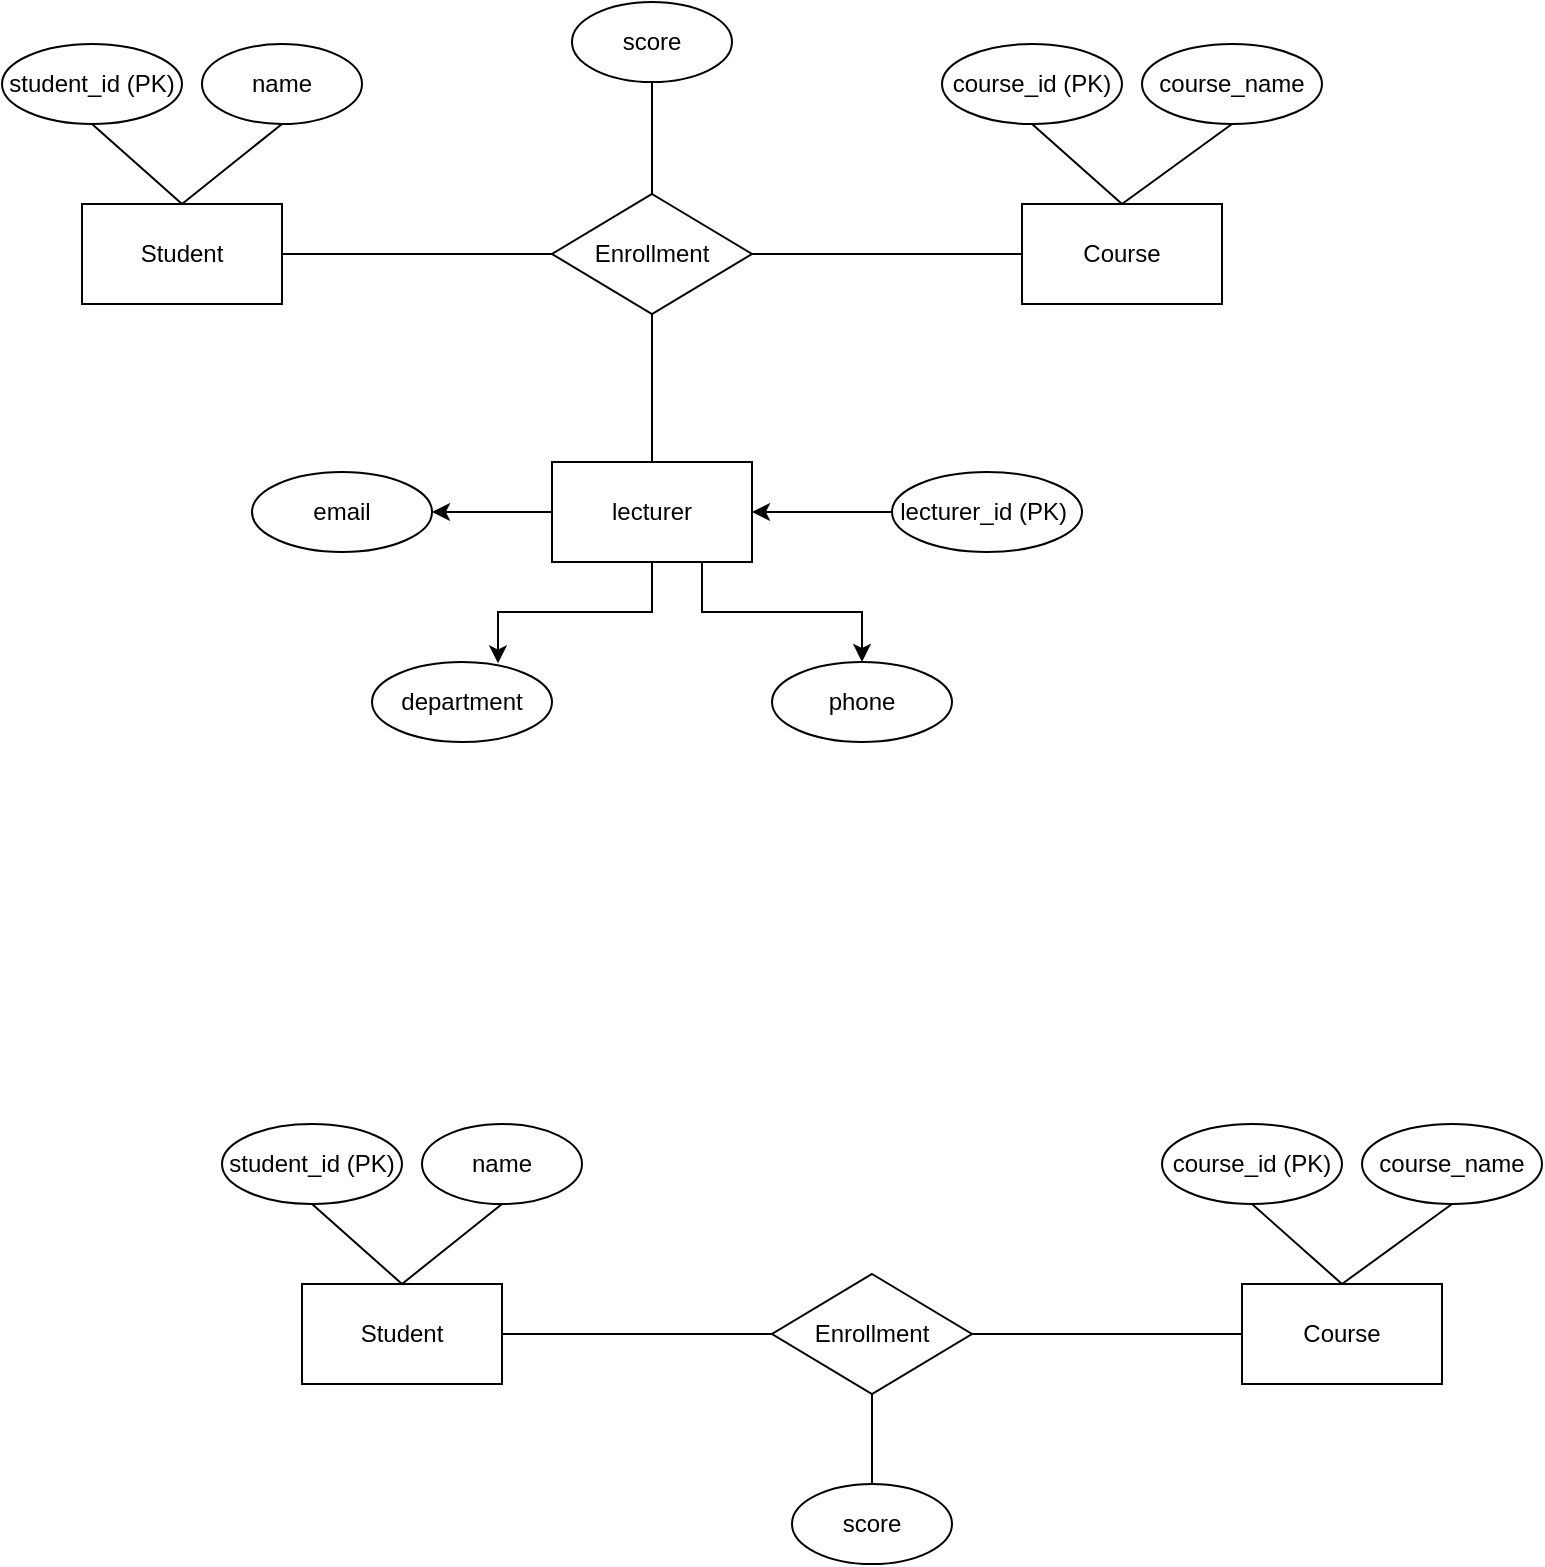
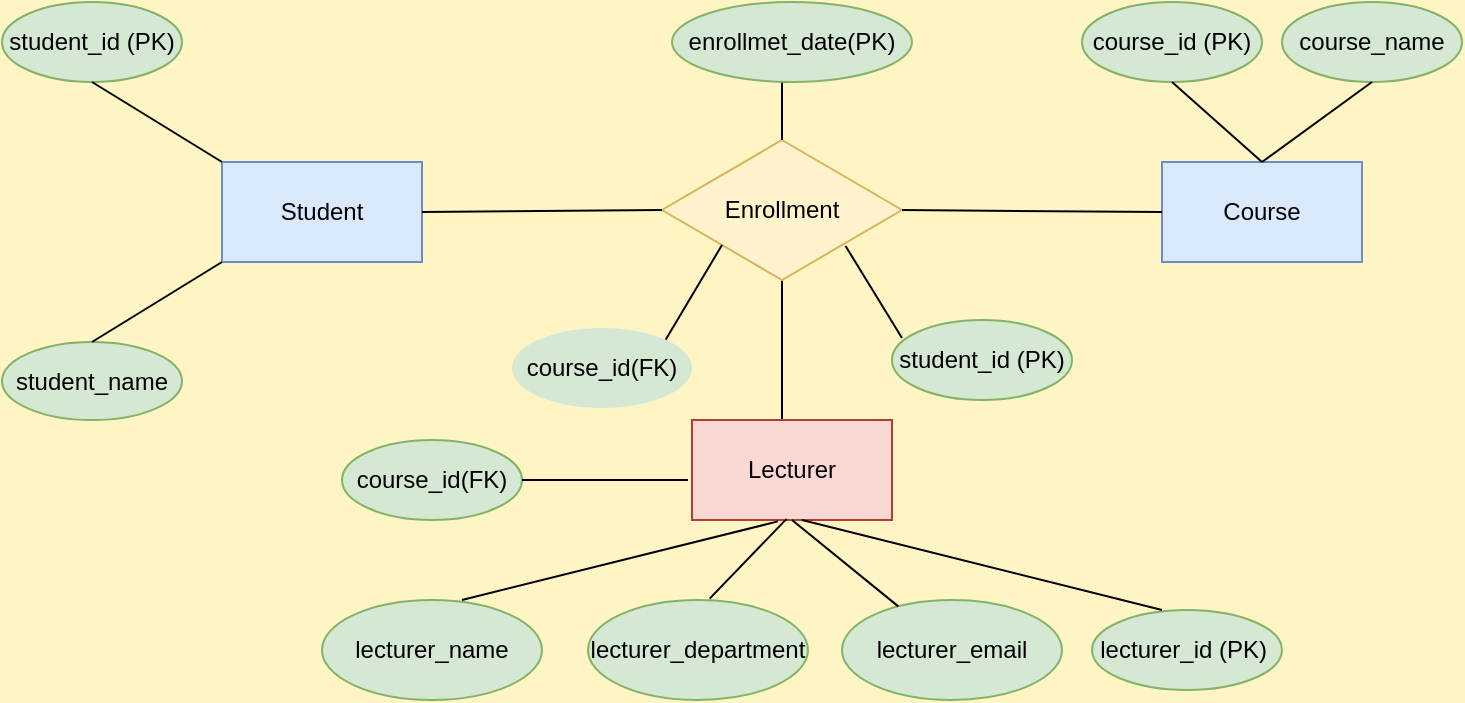
<mxfile host="app.diagrams.net">
  <diagram name="Simple Student-Course ER" id="fwNlAgDvCeeYRHubRhV6">
-     <mxGraphModel dx="1193" dy="626" grid="1" gridSize="10" guides="1" tooltips="1" connect="1" arrows="1" fold="1" page="1" pageScale="1" pageWidth="827" pageHeight="1169" math="0" shadow="0">
+     <mxGraphModel dx="883" dy="943" grid="1" gridSize="10" guides="1" tooltips="1" connect="1" arrows="0" fold="1" page="1" pageScale="1" pageWidth="827" pageHeight="1169" background="#FFF4C3" math="0" shadow="0">
      <root>
        <mxCell id="0" />
        <mxCell id="1" parent="0" />
-         <mxCell id="IROLmOIXGp75EkXkSlvd-1" parent="1" style="rounded=0;whiteSpace=wrap;html=1;" value="Student" vertex="1">
-           <mxGeometry height="50" width="100" x="105" y="231" as="geometry" />
+         <mxCell id="IROLmOIXGp75EkXkSlvd-1" parent="1" style="rounded=0;whiteSpace=wrap;html=1;fillColor=#dae8fc;strokeColor=#6c8ebf;" value="Student" vertex="1">
+           <mxGeometry height="50" width="100" x="120" y="431" as="geometry" />
        </mxCell>
-         <mxCell id="IROLmOIXGp75EkXkSlvd-2" parent="1" style="ellipse;whiteSpace=wrap;html=1;" value="student_id (PK)" vertex="1">
-           <mxGeometry height="40" width="90" x="65" y="151" as="geometry" />
+         <mxCell id="IROLmOIXGp75EkXkSlvd-2" parent="1" style="ellipse;whiteSpace=wrap;html=1;fillColor=#d5e8d4;strokeColor=#82b366;" value="student_id (PK)" vertex="1">
+           <mxGeometry height="40" width="90" x="10" y="351" as="geometry" />
        </mxCell>
-         <mxCell id="IROLmOIXGp75EkXkSlvd-3" parent="1" style="ellipse;whiteSpace=wrap;html=1;" value="name" vertex="1">
-           <mxGeometry height="40" width="80" x="165" y="151" as="geometry" />
+         <mxCell id="IROLmOIXGp75EkXkSlvd-3" parent="1" style="ellipse;whiteSpace=wrap;html=1;fillColor=#d5e8d4;strokeColor=#82b366;" value="student_name" vertex="1">
+           <mxGeometry height="39" width="90" x="10" y="521" as="geometry" />
        </mxCell>
-         <mxCell id="IROLmOIXGp75EkXkSlvd-4" parent="1" style="rounded=0;whiteSpace=wrap;html=1;" value="Course" vertex="1">
-           <mxGeometry height="50" width="100" x="575" y="231" as="geometry" />
+         <mxCell id="IROLmOIXGp75EkXkSlvd-4" parent="1" style="rounded=0;whiteSpace=wrap;html=1;fillColor=#dae8fc;strokeColor=#6c8ebf;" value="Course" vertex="1">
+           <mxGeometry height="50" width="100" x="590" y="431" as="geometry" />
        </mxCell>
-         <mxCell id="IROLmOIXGp75EkXkSlvd-5" parent="1" style="ellipse;whiteSpace=wrap;html=1;" value="course_id (PK)" vertex="1">
-           <mxGeometry height="40" width="90" x="535" y="151" as="geometry" />
+         <mxCell id="IROLmOIXGp75EkXkSlvd-5" parent="1" style="ellipse;whiteSpace=wrap;html=1;fillColor=#d5e8d4;strokeColor=#82b366;" value="course_id (PK)" vertex="1">
+           <mxGeometry height="40" width="90" x="550" y="351" as="geometry" />
        </mxCell>
-         <mxCell id="IROLmOIXGp75EkXkSlvd-6" parent="1" style="ellipse;whiteSpace=wrap;html=1;" value="course_name" vertex="1">
-           <mxGeometry height="40" width="90" x="635" y="151" as="geometry" />
+         <mxCell id="IROLmOIXGp75EkXkSlvd-6" parent="1" style="ellipse;whiteSpace=wrap;html=1;fillColor=#d5e8d4;strokeColor=#82b366;" value="course_name" vertex="1">
+           <mxGeometry height="40" width="90" x="650" y="351" as="geometry" />
        </mxCell>
        <mxCell id="1XC2Y4Mh49434fAYC4of-26" edge="1" parent="1" source="IROLmOIXGp75EkXkSlvd-7" style="edgeStyle=orthogonalEdgeStyle;rounded=0;orthogonalLoop=1;jettySize=auto;html=1;endArrow=none;endFill=0;" value="">
          <mxGeometry relative="1" as="geometry">
-             <mxPoint x="390" y="360" as="targetPoint" />
+             <Array as="points">
+               <mxPoint x="400" y="560" />
+             </Array>
+             <mxPoint x="405" y="560" as="targetPoint" />
          </mxGeometry>
        </mxCell>
-         <mxCell id="IROLmOIXGp75EkXkSlvd-7" parent="1" style="rhombus;whiteSpace=wrap;html=1;" value="Enrollment" vertex="1">
-           <mxGeometry height="60" width="100" x="340" y="226" as="geometry" />
+         <mxCell id="IROLmOIXGp75EkXkSlvd-7" parent="1" style="rhombus;whiteSpace=wrap;html=1;fillColor=#fff2cc;strokeColor=#d6b656;" value="Enrollment" vertex="1">
+           <mxGeometry height="70" width="120" x="340" y="420" as="geometry" />
        </mxCell>
        <mxCell id="1XC2Y4Mh49434fAYC4of-25" edge="1" parent="1" source="IROLmOIXGp75EkXkSlvd-8" style="edgeStyle=orthogonalEdgeStyle;rounded=0;orthogonalLoop=1;jettySize=auto;html=1;exitX=0.5;exitY=1;exitDx=0;exitDy=0;entryX=0.5;entryY=0;entryDx=0;entryDy=0;endArrow=none;endFill=0;" target="IROLmOIXGp75EkXkSlvd-7">
          <mxGeometry relative="1" as="geometry" />
        </mxCell>
-         <mxCell id="IROLmOIXGp75EkXkSlvd-8" parent="1" style="ellipse;whiteSpace=wrap;html=1;" value="score" vertex="1">
-           <mxGeometry height="40" width="80" x="350" y="130" as="geometry" />
+         <mxCell id="IROLmOIXGp75EkXkSlvd-8" parent="1" style="ellipse;whiteSpace=wrap;html=1;fillColor=#d5e8d4;strokeColor=#82b366;" value="enrollmet_date(PK&lt;span style=&quot;background-color: transparent; color: light-dark(rgb(0, 0, 0), rgb(255, 255, 255));&quot;&gt;)&lt;/span&gt;" vertex="1">
+           <mxGeometry height="40" width="120" x="345" y="351" as="geometry" />
        </mxCell>
-         <mxCell id="IROLmOIXGp75EkXkSlvd-9" edge="1" parent="1" source="IROLmOIXGp75EkXkSlvd-1" style="endArrow=none;html=1;rounded=0;exitX=0.5;exitY=0;exitDx=0;exitDy=0;entryX=0.5;entryY=1;entryDx=0;entryDy=0;" target="IROLmOIXGp75EkXkSlvd-2">
-           <mxGeometry height="50" relative="1" width="50" as="geometry" />
-         </mxCell>
-         <mxCell id="IROLmOIXGp75EkXkSlvd-10" edge="1" parent="1" source="IROLmOIXGp75EkXkSlvd-1" style="endArrow=none;html=1;rounded=0;exitX=0.5;exitY=0;exitDx=0;exitDy=0;entryX=0.5;entryY=1;entryDx=0;entryDy=0;" target="IROLmOIXGp75EkXkSlvd-3">
+         <mxCell id="IROLmOIXGp75EkXkSlvd-9" edge="1" parent="1" source="IROLmOIXGp75EkXkSlvd-1" style="endArrow=none;html=1;rounded=0;exitX=0;exitY=0;exitDx=0;exitDy=0;entryX=0.5;entryY=1;entryDx=0;entryDy=0;" target="IROLmOIXGp75EkXkSlvd-2">
          <mxGeometry height="50" relative="1" width="50" as="geometry" />
        </mxCell>
        <mxCell id="IROLmOIXGp75EkXkSlvd-11" edge="1" parent="1" source="IROLmOIXGp75EkXkSlvd-4" style="endArrow=none;html=1;rounded=0;exitX=0.5;exitY=0;exitDx=0;exitDy=0;entryX=0.5;entryY=1;entryDx=0;entryDy=0;" target="IROLmOIXGp75EkXkSlvd-5">
          <mxGeometry height="50" relative="1" width="50" as="geometry" />
        </mxCell>
        <mxCell id="IROLmOIXGp75EkXkSlvd-12" edge="1" parent="1" source="IROLmOIXGp75EkXkSlvd-4" style="endArrow=none;html=1;rounded=0;exitX=0.5;exitY=0;exitDx=0;exitDy=0;entryX=0.5;entryY=1;entryDx=0;entryDy=0;" target="IROLmOIXGp75EkXkSlvd-6">
          <mxGeometry height="50" relative="1" width="50" as="geometry" />
        </mxCell>
        <mxCell id="IROLmOIXGp75EkXkSlvd-13" edge="1" parent="1" source="IROLmOIXGp75EkXkSlvd-1" style="endArrow=none;html=1;rounded=0;exitX=1;exitY=0.5;exitDx=0;exitDy=0;entryX=0;entryY=0.5;entryDx=0;entryDy=0;" target="IROLmOIXGp75EkXkSlvd-7">
          <mxGeometry height="50" relative="1" width="50" as="geometry" />
        </mxCell>
        <mxCell id="IROLmOIXGp75EkXkSlvd-14" edge="1" parent="1" source="IROLmOIXGp75EkXkSlvd-4" style="endArrow=none;html=1;rounded=0;exitX=0;exitY=0.5;exitDx=0;exitDy=0;entryX=1;entryY=0.5;entryDx=0;entryDy=0;" target="IROLmOIXGp75EkXkSlvd-7">
          <mxGeometry height="50" relative="1" width="50" as="geometry" />
        </mxCell>
-         <mxCell id="1XC2Y4Mh49434fAYC4of-34" edge="1" parent="1" source="1XC2Y4Mh49434fAYC4of-11" style="edgeStyle=orthogonalEdgeStyle;rounded=0;orthogonalLoop=1;jettySize=auto;html=1;exitX=0.75;exitY=1;exitDx=0;exitDy=0;entryX=0.5;entryY=0;entryDx=0;entryDy=0;" target="1XC2Y4Mh49434fAYC4of-18">
+         <mxCell id="1XC2Y4Mh49434fAYC4of-11" parent="1" style="rounded=0;whiteSpace=wrap;html=1;fillColor=#fad9d5;strokeColor=#ae4132;" value="Lecturer" vertex="1">
+           <mxGeometry height="50" width="100" x="355" y="560" as="geometry" />
+         </mxCell>
+         <mxCell id="1XC2Y4Mh49434fAYC4of-12" parent="1" style="ellipse;whiteSpace=wrap;html=1;strokeColor=#82b366;align=center;verticalAlign=middle;fontFamily=Helvetica;fontSize=12;fontColor=default;fillColor=#d5e8d4;" value="lecturer_id (PK)&amp;nbsp;" vertex="1">
+           <mxGeometry height="40" width="95" x="555" y="655" as="geometry" />
+         </mxCell>
+         <mxCell id="1XC2Y4Mh49434fAYC4of-17" parent="1" style="ellipse;whiteSpace=wrap;html=1;fillColor=#d5e8d4;strokeColor=#82b366;" value="lecturer_&lt;span style=&quot;background-color: transparent; color: light-dark(rgb(0, 0, 0), rgb(255, 255, 255));&quot;&gt;email&lt;/span&gt;" vertex="1">
+           <mxGeometry height="50" width="110" x="430" y="650" as="geometry" />
+         </mxCell>
+         <mxCell id="1XC2Y4Mh49434fAYC4of-18" parent="1" style="ellipse;whiteSpace=wrap;html=1;fillColor=#d5e8d4;strokeColor=#82b366;align=center;verticalAlign=middle;fontFamily=Helvetica;fontSize=12;fontColor=default;" value="course_id(FK)" vertex="1">
+           <mxGeometry height="40" width="90" x="180" y="570" as="geometry" />
+         </mxCell>
+         <mxCell id="1XC2Y4Mh49434fAYC4of-19" parent="1" style="ellipse;whiteSpace=wrap;html=1;fillColor=#d5e8d4;strokeColor=#82b366;" value="lecturer_&lt;span style=&quot;background-color: transparent; color: light-dark(rgb(0, 0, 0), rgb(255, 255, 255));&quot;&gt;name&lt;/span&gt;" vertex="1">
+           <mxGeometry height="50" width="110" x="170" y="650" as="geometry" />
+         </mxCell>
+         <mxCell id="3m8uA2e0DTHN69zSjiry-4" edge="1" parent="1" style="endArrow=none;html=1;rounded=0;entryX=0.386;entryY=1.019;entryDx=0;entryDy=0;entryPerimeter=0;exitX=0.597;exitY=0.005;exitDx=0;exitDy=0;exitPerimeter=0;" value="">
+           <mxGeometry height="50" relative="1" width="50" as="geometry">
+             <mxPoint x="240.00000000000003" y="650" as="sourcePoint" />
+             <mxPoint x="397.9300000000001" y="610.7000000000002" as="targetPoint" />
+           </mxGeometry>
+         </mxCell>
+         <mxCell id="3m8uA2e0DTHN69zSjiry-6" edge="1" parent="1" source="IROLmOIXGp75EkXkSlvd-3" style="endArrow=none;html=1;rounded=0;entryX=0;entryY=1;entryDx=0;entryDy=0;exitX=0.5;exitY=0;exitDx=0;exitDy=0;" target="IROLmOIXGp75EkXkSlvd-1" value="">
+           <mxGeometry height="50" relative="1" width="50" as="geometry">
+             <mxPoint x="80" y="521" as="sourcePoint" />
+             <mxPoint x="130" y="471" as="targetPoint" />
+           </mxGeometry>
+         </mxCell>
+         <mxCell id="3m8uA2e0DTHN69zSjiry-9" edge="1" parent="1" source="1XC2Y4Mh49434fAYC4of-17" style="endArrow=none;html=1;rounded=0;entryX=0.5;entryY=1;entryDx=0;entryDy=0;" target="1XC2Y4Mh49434fAYC4of-11" value="">
+           <mxGeometry height="50" relative="1" width="50" as="geometry">
+             <mxPoint x="360" y="679" as="sourcePoint" />
+             <mxPoint x="524" y="640" as="targetPoint" />
+           </mxGeometry>
+         </mxCell>
+         <mxCell id="3m8uA2e0DTHN69zSjiry-10" parent="1" style="ellipse;whiteSpace=wrap;html=1;fillColor=#d5e8d4;strokeColor=#82b366;" value="lecturer_&lt;span style=&quot;background-color: transparent; color: light-dark(rgb(0, 0, 0), rgb(255, 255, 255));&quot;&gt;department&lt;/span&gt;" vertex="1">
+           <mxGeometry height="50" width="110" x="303" y="650" as="geometry" />
+         </mxCell>
+         <mxCell id="3m8uA2e0DTHN69zSjiry-11" edge="1" parent="1" source="3m8uA2e0DTHN69zSjiry-10" style="endArrow=none;html=1;rounded=0;entryX=0.473;entryY=0.989;entryDx=0;entryDy=0;entryPerimeter=0;exitX=0.553;exitY=-0.014;exitDx=0;exitDy=0;exitPerimeter=0;" target="1XC2Y4Mh49434fAYC4of-11" value="">
+           <mxGeometry height="50" relative="1" width="50" as="geometry">
+             <mxPoint x="420" y="667" as="sourcePoint" />
+             <mxPoint x="352" y="620" as="targetPoint" />
+           </mxGeometry>
+         </mxCell>
+         <mxCell id="3m8uA2e0DTHN69zSjiry-12" edge="1" parent="1" source="1XC2Y4Mh49434fAYC4of-18" style="endArrow=none;html=1;rounded=0;exitX=1;exitY=0.5;exitDx=0;exitDy=0;" value="">
+           <mxGeometry height="50" relative="1" width="50" as="geometry">
+             <mxPoint x="510" y="657" as="sourcePoint" />
+             <mxPoint x="353" y="590" as="targetPoint" />
+           </mxGeometry>
+         </mxCell>
+         <mxCell id="3m8uA2e0DTHN69zSjiry-13" edge="1" parent="1" style="endArrow=none;html=1;rounded=0;entryX=0.5;entryY=1;entryDx=0;entryDy=0;" value="">
+           <mxGeometry height="50" relative="1" width="50" as="geometry">
+             <mxPoint x="590" y="655" as="sourcePoint" />
+             <mxPoint x="410" y="610" as="targetPoint" />
+           </mxGeometry>
+         </mxCell>
+         <mxCell id="3m8uA2e0DTHN69zSjiry-24" edge="1" parent="1" source="3m8uA2e0DTHN69zSjiry-14" style="shape=filledEdge;rounded=0;orthogonalLoop=1;jettySize=auto;html=1;exitX=1;exitY=0;exitDx=0;exitDy=0;entryX=0;entryY=1;entryDx=0;entryDy=0;strokeColor=default;align=center;verticalAlign=middle;fontFamily=Helvetica;fontSize=11;fontColor=default;labelBackgroundColor=default;endArrow=none;endFill=0;" target="IROLmOIXGp75EkXkSlvd-7">
          <mxGeometry relative="1" as="geometry" />
        </mxCell>
-         <mxCell id="1XC2Y4Mh49434fAYC4of-35" edge="1" parent="1" source="1XC2Y4Mh49434fAYC4of-11" style="edgeStyle=orthogonalEdgeStyle;rounded=0;orthogonalLoop=1;jettySize=auto;html=1;exitX=0;exitY=0.5;exitDx=0;exitDy=0;entryX=1;entryY=0.5;entryDx=0;entryDy=0;" target="1XC2Y4Mh49434fAYC4of-17">
-           <mxGeometry relative="1" as="geometry" />
+         <mxCell id="3m8uA2e0DTHN69zSjiry-14" parent="1" style="ellipse;whiteSpace=wrap;html=1;fillColor=#d5e8d4;strokeColor=none;align=center;verticalAlign=middle;fontFamily=Helvetica;fontSize=12;fontColor=default;" value="course_id(FK)" vertex="1">
+           <mxGeometry height="40" width="90" x="265" y="514" as="geometry" />
        </mxCell>
-         <mxCell id="1XC2Y4Mh49434fAYC4of-11" parent="1" style="rounded=0;whiteSpace=wrap;html=1;" value="lecturer" vertex="1">
-           <mxGeometry height="50" width="100" x="340" y="360" as="geometry" />
+         <mxCell id="3m8uA2e0DTHN69zSjiry-17" parent="1" style="ellipse;whiteSpace=wrap;html=1;fillColor=#d5e8d4;strokeColor=#82b366;" value="student_id (PK)" vertex="1">
+           <mxGeometry height="40" width="90" x="455" y="510" as="geometry" />
        </mxCell>
-         <mxCell id="1XC2Y4Mh49434fAYC4of-30" edge="1" parent="1" source="1XC2Y4Mh49434fAYC4of-12" style="edgeStyle=orthogonalEdgeStyle;rounded=0;orthogonalLoop=1;jettySize=auto;html=1;" target="1XC2Y4Mh49434fAYC4of-11" value="">
-           <mxGeometry relative="1" as="geometry" />
-         </mxCell>
-         <mxCell id="1XC2Y4Mh49434fAYC4of-12" parent="1" style="ellipse;whiteSpace=wrap;html=1;" value="lecturer_id (PK)&amp;nbsp;" vertex="1">
-           <mxGeometry height="40" width="95" x="510" y="365" as="geometry" />
-         </mxCell>
-         <mxCell id="1XC2Y4Mh49434fAYC4of-17" parent="1" style="ellipse;whiteSpace=wrap;html=1;" value="email" vertex="1">
-           <mxGeometry height="40" width="90" x="190" y="365" as="geometry" />
-         </mxCell>
-         <mxCell id="1XC2Y4Mh49434fAYC4of-18" parent="1" style="ellipse;whiteSpace=wrap;html=1;" value="phone" vertex="1">
-           <mxGeometry height="40" width="90" x="450" y="460" as="geometry" />
-         </mxCell>
-         <mxCell id="1XC2Y4Mh49434fAYC4of-19" parent="1" style="ellipse;whiteSpace=wrap;html=1;" value="department" vertex="1">
-           <mxGeometry height="40" width="90" x="250" y="460" as="geometry" />
-         </mxCell>
-         <mxCell id="1XC2Y4Mh49434fAYC4of-33" edge="1" parent="1" source="1XC2Y4Mh49434fAYC4of-11" style="edgeStyle=orthogonalEdgeStyle;rounded=0;orthogonalLoop=1;jettySize=auto;html=1;exitX=0.5;exitY=1;exitDx=0;exitDy=0;entryX=0.7;entryY=0.017;entryDx=0;entryDy=0;entryPerimeter=0;" target="1XC2Y4Mh49434fAYC4of-19">
-           <mxGeometry relative="1" as="geometry" />
-         </mxCell>
-         <mxCell id="1XC2Y4Mh49434fAYC4of-36" parent="1" style="rounded=0;whiteSpace=wrap;html=1;" value="Student" vertex="1">
-           <mxGeometry height="50" width="100" x="215" y="771" as="geometry" />
-         </mxCell>
-         <mxCell id="1XC2Y4Mh49434fAYC4of-37" parent="1" style="ellipse;whiteSpace=wrap;html=1;" value="student_id (PK)" vertex="1">
-           <mxGeometry height="40" width="90" x="175" y="691" as="geometry" />
-         </mxCell>
-         <mxCell id="1XC2Y4Mh49434fAYC4of-38" parent="1" style="ellipse;whiteSpace=wrap;html=1;" value="name" vertex="1">
-           <mxGeometry height="40" width="80" x="275" y="691" as="geometry" />
-         </mxCell>
-         <mxCell id="1XC2Y4Mh49434fAYC4of-39" parent="1" style="rounded=0;whiteSpace=wrap;html=1;" value="Course" vertex="1">
-           <mxGeometry height="50" width="100" x="685" y="771" as="geometry" />
-         </mxCell>
-         <mxCell id="1XC2Y4Mh49434fAYC4of-40" parent="1" style="ellipse;whiteSpace=wrap;html=1;" value="course_id (PK)" vertex="1">
-           <mxGeometry height="40" width="90" x="645" y="691" as="geometry" />
-         </mxCell>
-         <mxCell id="1XC2Y4Mh49434fAYC4of-41" parent="1" style="ellipse;whiteSpace=wrap;html=1;" value="course_name" vertex="1">
-           <mxGeometry height="40" width="90" x="745" y="691" as="geometry" />
-         </mxCell>
-         <mxCell id="1XC2Y4Mh49434fAYC4of-42" parent="1" style="rhombus;whiteSpace=wrap;html=1;" value="Enrollment" vertex="1">
-           <mxGeometry height="60" width="100" x="450" y="766" as="geometry" />
-         </mxCell>
-         <mxCell id="1XC2Y4Mh49434fAYC4of-43" parent="1" style="ellipse;whiteSpace=wrap;html=1;" value="score" vertex="1">
-           <mxGeometry height="40" width="80" x="460" y="871" as="geometry" />
-         </mxCell>
-         <mxCell id="1XC2Y4Mh49434fAYC4of-44" edge="1" parent="1" source="1XC2Y4Mh49434fAYC4of-36" style="endArrow=none;html=1;rounded=0;exitX=0.5;exitY=0;exitDx=0;exitDy=0;entryX=0.5;entryY=1;entryDx=0;entryDy=0;" target="1XC2Y4Mh49434fAYC4of-37">
-           <mxGeometry height="50" relative="1" width="50" as="geometry" />
-         </mxCell>
-         <mxCell id="1XC2Y4Mh49434fAYC4of-45" edge="1" parent="1" source="1XC2Y4Mh49434fAYC4of-36" style="endArrow=none;html=1;rounded=0;exitX=0.5;exitY=0;exitDx=0;exitDy=0;entryX=0.5;entryY=1;entryDx=0;entryDy=0;" target="1XC2Y4Mh49434fAYC4of-38">
-           <mxGeometry height="50" relative="1" width="50" as="geometry" />
-         </mxCell>
-         <mxCell id="1XC2Y4Mh49434fAYC4of-46" edge="1" parent="1" source="1XC2Y4Mh49434fAYC4of-39" style="endArrow=none;html=1;rounded=0;exitX=0.5;exitY=0;exitDx=0;exitDy=0;entryX=0.5;entryY=1;entryDx=0;entryDy=0;" target="1XC2Y4Mh49434fAYC4of-40">
-           <mxGeometry height="50" relative="1" width="50" as="geometry" />
-         </mxCell>
-         <mxCell id="1XC2Y4Mh49434fAYC4of-47" edge="1" parent="1" source="1XC2Y4Mh49434fAYC4of-39" style="endArrow=none;html=1;rounded=0;exitX=0.5;exitY=0;exitDx=0;exitDy=0;entryX=0.5;entryY=1;entryDx=0;entryDy=0;" target="1XC2Y4Mh49434fAYC4of-41">
-           <mxGeometry height="50" relative="1" width="50" as="geometry" />
-         </mxCell>
-         <mxCell id="1XC2Y4Mh49434fAYC4of-48" edge="1" parent="1" source="1XC2Y4Mh49434fAYC4of-36" style="endArrow=none;html=1;rounded=0;exitX=1;exitY=0.5;exitDx=0;exitDy=0;entryX=0;entryY=0.5;entryDx=0;entryDy=0;" target="1XC2Y4Mh49434fAYC4of-42">
-           <mxGeometry height="50" relative="1" width="50" as="geometry" />
-         </mxCell>
-         <mxCell id="1XC2Y4Mh49434fAYC4of-49" edge="1" parent="1" source="1XC2Y4Mh49434fAYC4of-39" style="endArrow=none;html=1;rounded=0;exitX=0;exitY=0.5;exitDx=0;exitDy=0;entryX=1;entryY=0.5;entryDx=0;entryDy=0;" target="1XC2Y4Mh49434fAYC4of-42">
-           <mxGeometry height="50" relative="1" width="50" as="geometry" />
-         </mxCell>
-         <mxCell id="1XC2Y4Mh49434fAYC4of-50" edge="1" parent="1" source="1XC2Y4Mh49434fAYC4of-42" style="endArrow=none;html=1;rounded=0;exitX=0.5;exitY=1;exitDx=0;exitDy=0;entryX=0.5;entryY=0;entryDx=0;entryDy=0;" target="1XC2Y4Mh49434fAYC4of-43">
-           <mxGeometry height="50" relative="1" width="50" as="geometry" />
+         <mxCell id="3m8uA2e0DTHN69zSjiry-25" edge="1" parent="1" style="shape=filledEdge;rounded=0;orthogonalLoop=1;jettySize=auto;html=1;exitX=0;exitY=0;exitDx=0;exitDy=0;strokeColor=default;align=center;verticalAlign=middle;fontFamily=Helvetica;fontSize=11;fontColor=default;labelBackgroundColor=default;endArrow=none;endFill=0;">
+           <mxGeometry relative="1" as="geometry">
+             <mxPoint x="460.0001948466054" y="518.997864376269" as="sourcePoint" />
+             <mxPoint x="431.78" y="473" as="targetPoint" />
+           </mxGeometry>
        </mxCell>
      </root>
    </mxGraphModel>
  </diagram>
</mxfile>
